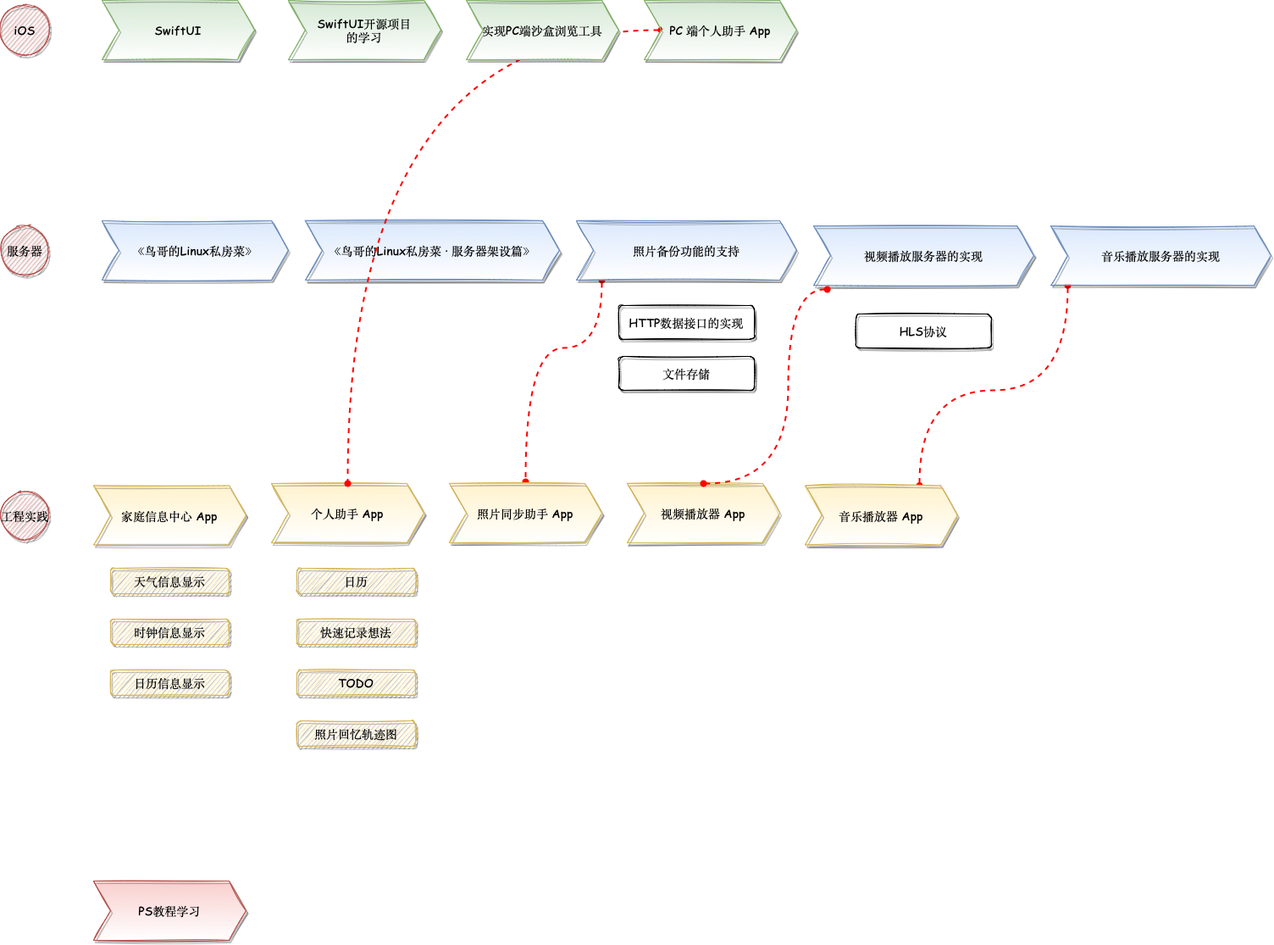
The draw.io diagram road_map.drawio.png in fengtianyu-yolo/MagicBox, before a commit. Source tidied: cells renumbered, new cells last; positions are measured from the earlier drawing's top-left corner, leaving out a move shared by most shapes.
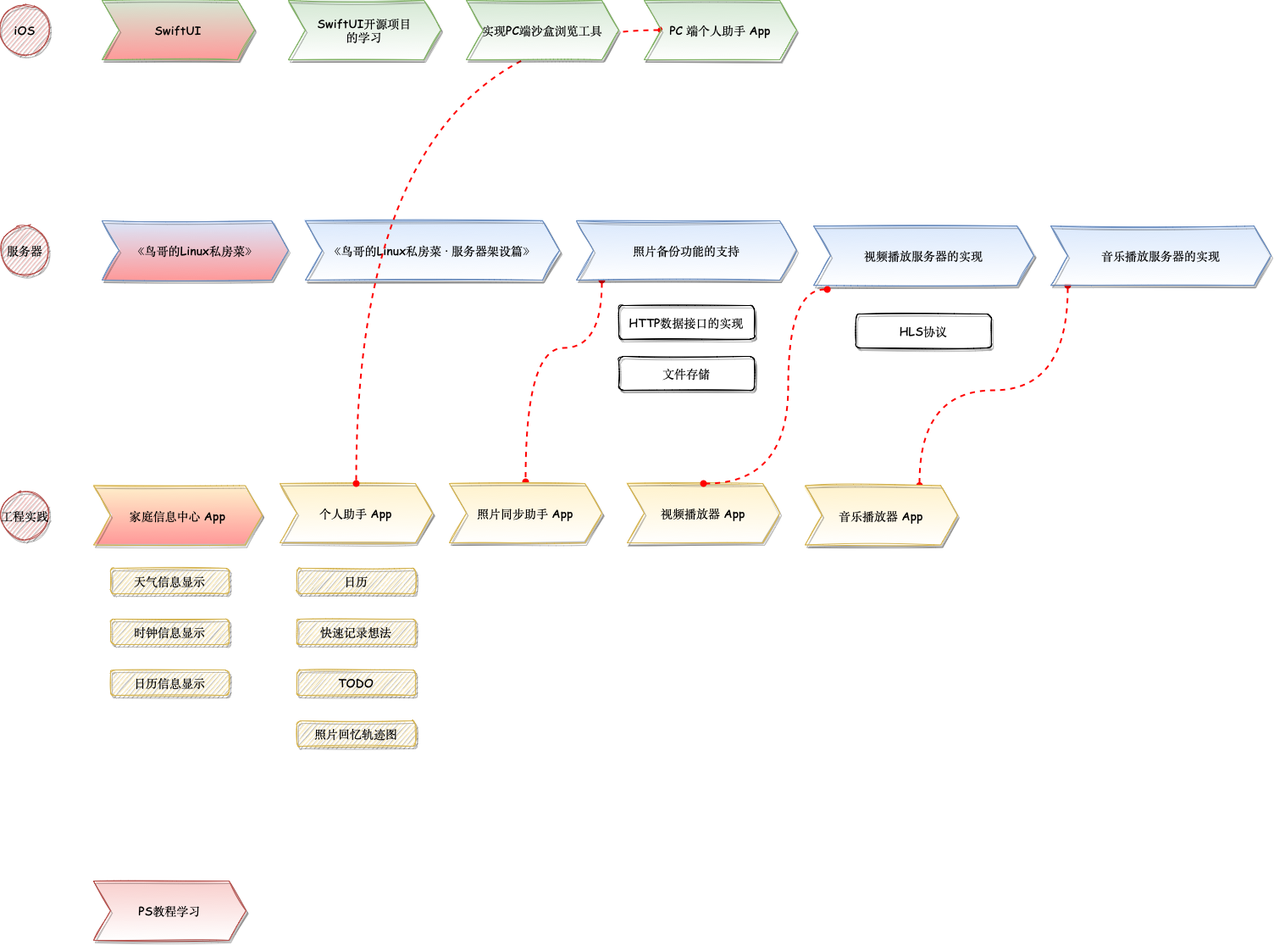
Above is the later version.

The edit, as a diff of the source:
```diff
@@ -2,23 +2,23 @@
   <root>
     <mxCell id="0" />
     <mxCell id="1" parent="0" />
-    <mxCell id="2" value="SwiftUI" style="shape=step;perimeter=stepPerimeter;whiteSpace=wrap;html=1;fixedSize=1;fontFamily=Comic Sans MS;fillColor=#d5e8d4;strokeColor=#82b366;shadow=1;sketch=1;rounded=0;gradientColor=#ffffff;fontSize=14;" parent="1" vertex="1">
+    <mxCell id="2" value="SwiftUI" style="shape=step;perimeter=stepPerimeter;whiteSpace=wrap;html=1;fixedSize=1;fontFamily=Comic Sans MS;fillColor=#d5e8d4;strokeColor=#82b366;shadow=1;sketch=1;rounded=0;gradientColor=#FF9999;fontSize=14;labelBackgroundColor=none;labelBorderColor=none;" parent="1" vertex="1">
       <mxGeometry x="120" width="180" height="70" as="geometry" />
     </mxCell>
-    <mxCell id="3" value="《鸟哥的Linux私房菜》" style="shape=step;perimeter=stepPerimeter;whiteSpace=wrap;html=1;fixedSize=1;fontFamily=Comic Sans MS;fillColor=#dae8fc;strokeColor=#6c8ebf;shadow=1;sketch=1;rounded=0;gradientColor=#ffffff;fontSize=14;" parent="1" vertex="1">
+    <mxCell id="3" value="《鸟哥的Linux私房菜》" style="shape=step;perimeter=stepPerimeter;whiteSpace=wrap;html=1;fixedSize=1;fontFamily=Comic Sans MS;fillColor=#dae8fc;strokeColor=#6c8ebf;shadow=1;sketch=1;rounded=0;gradientColor=#FF9999;fontSize=14;" parent="1" vertex="1">
       <mxGeometry x="120" y="260" width="220" height="70" as="geometry" />
     </mxCell>
     <mxCell id="4" value="《鸟哥的Linux私房菜 · 服务器架设篇》" style="shape=step;perimeter=stepPerimeter;whiteSpace=wrap;html=1;fixedSize=1;fontFamily=Comic Sans MS;fillColor=#dae8fc;strokeColor=#6c8ebf;shadow=1;sketch=1;rounded=0;gradientColor=#ffffff;fontSize=14;" parent="1" vertex="1">
       <mxGeometry x="360" y="260" width="300" height="70" as="geometry" />
     </mxCell>
-    <mxCell id="5" value="家庭信息中心 App" style="shape=step;perimeter=stepPerimeter;whiteSpace=wrap;html=1;fixedSize=1;fontFamily=Comic Sans MS;fillColor=#fff2cc;strokeColor=#d6b656;shadow=1;sketch=1;rounded=0;fontSize=14;gradientColor=#ffffff;" parent="1" vertex="1">
-      <mxGeometry x="110" y="572.5" width="180" height="70" as="geometry" />
+    <mxCell id="5" value="家庭信息中心 App" style="shape=step;perimeter=stepPerimeter;whiteSpace=wrap;html=1;fixedSize=1;fontFamily=Comic Sans MS;fillColor=#fff2cc;strokeColor=#d6b656;shadow=1;sketch=1;rounded=0;fontSize=14;gradientColor=#FF9999;" parent="1" vertex="1">
+      <mxGeometry x="110" y="572.5" width="199" height="70" as="geometry" />
     </mxCell>
     <mxCell id="6" value="工程实践" style="ellipse;whiteSpace=wrap;html=1;rounded=0;shadow=1;sketch=1;fontFamily=Comic Sans MS;fontSize=14;fillColor=#f8cecc;strokeColor=#b85450;" parent="1" vertex="1">
       <mxGeometry y="578.8" width="57.5" height="57.5" as="geometry" />
     </mxCell>
     <mxCell id="7" value="个人助手 App" style="shape=step;perimeter=stepPerimeter;whiteSpace=wrap;html=1;fixedSize=1;fontFamily=Comic Sans MS;fillColor=#fff2cc;strokeColor=#d6b656;shadow=1;sketch=1;rounded=0;fontSize=14;gradientColor=#ffffff;" parent="1" vertex="1">
-      <mxGeometry x="320" y="570" width="180" height="70" as="geometry" />
+      <mxGeometry x="330" y="570" width="180" height="70" as="geometry" />
     </mxCell>
     <mxCell id="8" value="服务器" style="ellipse;whiteSpace=wrap;html=1;rounded=0;shadow=1;sketch=1;fontFamily=Comic Sans MS;fontSize=14;fillColor=#f8cecc;strokeColor=#b85450;" parent="1" vertex="1">
       <mxGeometry y="266.2" width="57.5" height="57.5" as="geometry" />
```
